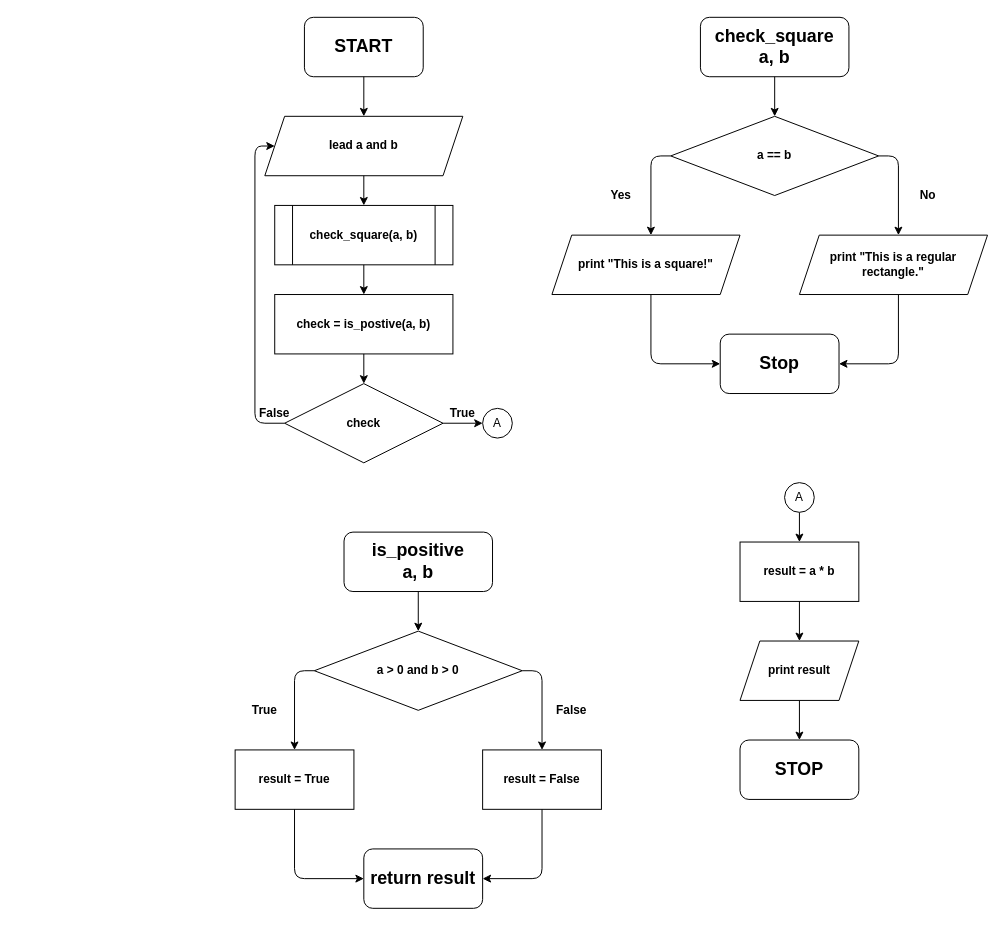
Earlier version of the draw.io diagram drawio/topic_example_2.drawio (MajewskiL/Python-HonestCalculator-Hyperskill-JetBrains). Source tidied: cells renumbered, new cells numbered last; positions are measured from the earlier drawing's top-left corner, leaving out a move shared by most shapes. Both pictures are drawn from the tidied source at 99%, with x=0, y=0 at pixel (235, 17).
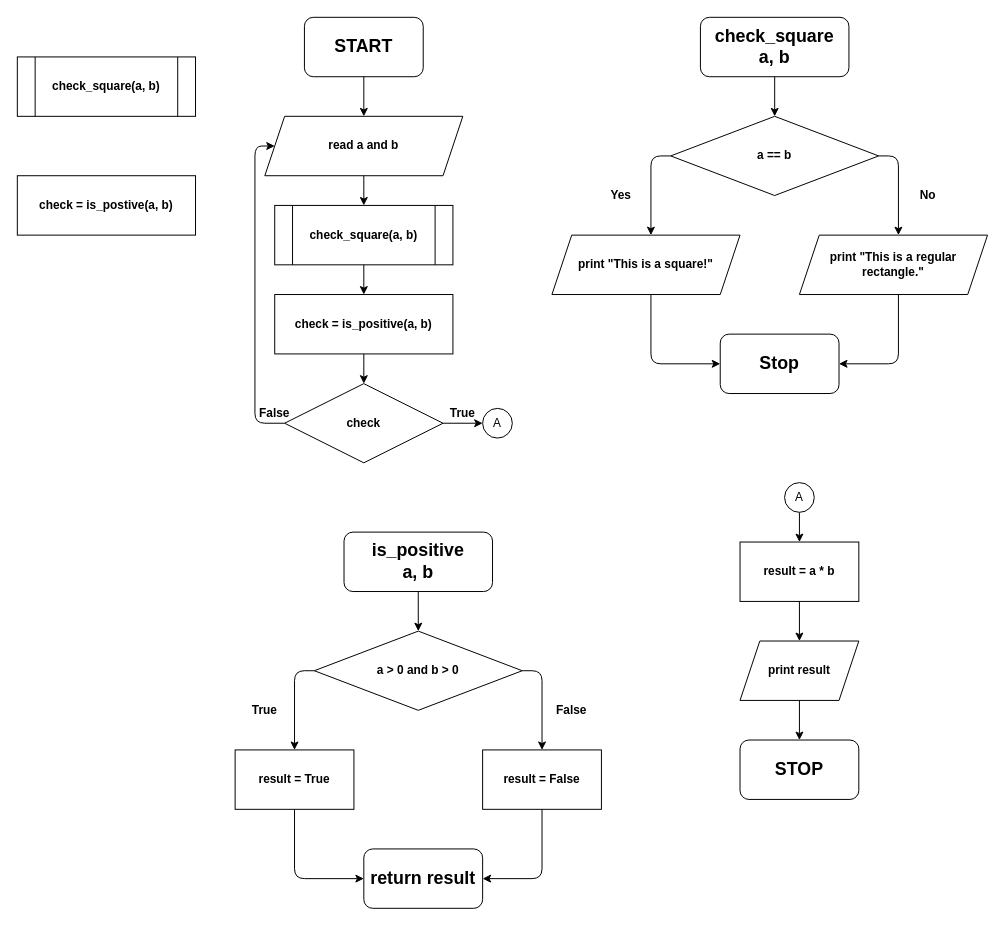
Above is the later version.

The edit, as a diff of the source:
```diff
@@
-    <mxCell id="4" value="&lt;b&gt;Iead a and b&lt;/b&gt;" style="shape=parallelogram;perimeter=parallelogramPerimeter;whiteSpace=wrap;html=1;fixedSize=1;" parent="1" vertex="1">
+    <mxCell id="4" value="&lt;b&gt;read a and b&lt;/b&gt;" style="shape=parallelogram;perimeter=parallelogramPerimeter;whiteSpace=wrap;html=1;fixedSize=1;" parent="1" vertex="1">
       <mxGeometry x="30" y="100" width="200" height="60" as="geometry" />
     </mxCell>
@@
-    <mxCell id="34" value="&lt;b&gt;check = is_postive(a, b)&lt;/b&gt;" style="rounded=0;whiteSpace=wrap;html=1;" parent="1" vertex="1">
+    <mxCell id="34" value="&lt;b&gt;check = is_positive(a, b)&lt;/b&gt;" style="rounded=0;whiteSpace=wrap;html=1;" parent="1" vertex="1">
       <mxGeometry x="40" y="280" width="180" height="60" as="geometry" />
     </mxCell>
@@
+    <mxCell id="47" value="&lt;b&gt;check_square(a, b)&lt;/b&gt;" style="shape=process;whiteSpace=wrap;html=1;backgroundOutline=1;" parent="1" vertex="1">
+      <mxGeometry x="-220" y="40" width="180" height="60" as="geometry" />
+    </mxCell>
+    <mxCell id="48" value="&lt;b&gt;check = is_postive(a, b)&lt;/b&gt;" style="rounded=0;whiteSpace=wrap;html=1;" parent="1" vertex="1">
+      <mxGeometry x="-220" y="160" width="180" height="60" as="geometry" />
+    </mxCell>
```
